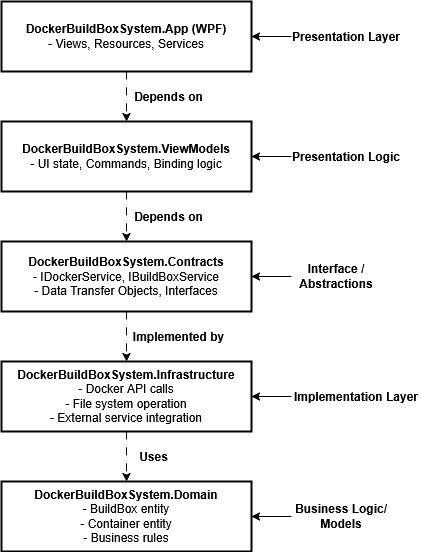
Before: docs/DockerBuildBoxDiagram.drawio.png, a diagram exported from draw.io (ReflexLevel0/DockerBuildboxSystem). Source tidied: cells renumbered, new cells last; positions are measured from the earlier drawing's top-left corner, leaving out a move shared by most shapes. The source it was exported from:
```xml
<mxGraphModel>
  <root>
    <mxCell id="0" />
    <mxCell id="1" parent="0" />
    <mxCell id="2" style="edgeStyle=orthogonalEdgeStyle;rounded=0;jettySize=auto;html=1;entryX=0.5;entryY=0;entryDx=0;entryDy=0;dashed=1;dashPattern=8 8;" parent="1" edge="1" source="3" target="7">
      <mxGeometry relative="1" as="geometry" />
    </mxCell>
    <mxCell id="3" value="&lt;div&gt;&lt;b&gt;DockerBuildBoxSystem.App (WPF)&lt;/b&gt;&lt;/div&gt;- Views, Resources, Services" style="rounded=0;whiteSpace=wrap;html=1;strokeWidth=2;" parent="1" vertex="1">
      <mxGeometry width="250" height="70" as="geometry" />
    </mxCell>
    <mxCell id="4" style="edgeStyle=orthogonalEdgeStyle;rounded=0;jettySize=auto;html=1;entryX=1;entryY=0.5;entryDx=0;entryDy=0;" parent="1" edge="1" source="5" target="3">
      <mxGeometry relative="1" as="geometry" />
    </mxCell>
    <mxCell id="5" value="Presentation Layer" style="text;html=1;align=center;verticalAlign=middle;whiteSpace=wrap;rounded=0;fontStyle=1;" parent="1" vertex="1">
      <mxGeometry x="290" y="20" width="110" height="30" as="geometry" />
    </mxCell>
    <mxCell id="6" style="edgeStyle=orthogonalEdgeStyle;rounded=0;jettySize=auto;html=1;entryX=0.5;entryY=0;entryDx=0;entryDy=0;dashed=1;dashPattern=8 8;" parent="1" edge="1" source="7" target="15">
      <mxGeometry relative="1" as="geometry" />
    </mxCell>
    <mxCell id="7" value="&lt;div&gt;&lt;b&gt;DockerBuildBoxSystem.ViewModels&lt;/b&gt;&lt;/div&gt;- UI state, Commands, Binding logic" style="rounded=0;whiteSpace=wrap;html=1;strokeWidth=2;" parent="1" vertex="1">
      <mxGeometry y="120" width="250" height="70" as="geometry" />
    </mxCell>
    <mxCell id="8" style="edgeStyle=orthogonalEdgeStyle;rounded=0;jettySize=auto;html=1;entryX=1;entryY=0.5;entryDx=0;entryDy=0;" parent="1" edge="1" source="9" target="7">
      <mxGeometry relative="1" as="geometry" />
    </mxCell>
    <mxCell id="9" value="Presentation Logic" style="text;html=1;align=center;verticalAlign=middle;whiteSpace=wrap;rounded=0;fontStyle=1;" parent="1" vertex="1">
      <mxGeometry x="290" y="140" width="110" height="30" as="geometry" />
    </mxCell>
    <mxCell id="10" style="edgeStyle=orthogonalEdgeStyle;rounded=0;jettySize=auto;html=1;entryX=0.5;entryY=0;entryDx=0;entryDy=0;dashed=1;dashPattern=8 8;" parent="1" edge="1" source="11" target="21">
      <mxGeometry relative="1" as="geometry" />
    </mxCell>
    <mxCell id="11" value="&lt;div&gt;&lt;b&gt;DockerBuildBoxSystem.Infrastructure&lt;/b&gt;&lt;/div&gt;&lt;div&gt;- Docker API calls&lt;/div&gt;&lt;div&gt;- File system operation&lt;/div&gt;&lt;div&gt;- External service integration&lt;/div&gt;" style="rounded=0;whiteSpace=wrap;html=1;strokeWidth=2;" parent="1" vertex="1">
      <mxGeometry y="360" width="250" height="70" as="geometry" />
    </mxCell>
    <mxCell id="12" style="edgeStyle=orthogonalEdgeStyle;rounded=0;jettySize=auto;html=1;entryX=1;entryY=0.5;entryDx=0;entryDy=0;" parent="1" edge="1" source="13" target="11">
      <mxGeometry relative="1" as="geometry" />
    </mxCell>
    <mxCell id="13" value="Implementation Layer" style="text;html=1;align=center;verticalAlign=middle;whiteSpace=wrap;rounded=0;fontStyle=1;" parent="1" vertex="1">
      <mxGeometry x="290" y="380" width="130" height="30" as="geometry" />
    </mxCell>
    <mxCell id="14" style="edgeStyle=orthogonalEdgeStyle;rounded=0;jettySize=auto;html=1;entryX=0.5;entryY=0;entryDx=0;entryDy=0;dashed=1;dashPattern=8 8;" parent="1" edge="1" source="15" target="11">
      <mxGeometry relative="1" as="geometry" />
    </mxCell>
    <mxCell id="15" value="&lt;div&gt;&lt;b&gt;DockerBuildBoxSystem.Contracts&lt;/b&gt;&lt;/div&gt;&lt;div&gt;- IDockerService, IBuildBoxService&lt;br&gt;- Data Transfer Objects, Interfaces&lt;/div&gt;" style="rounded=0;whiteSpace=wrap;html=1;strokeWidth=2;" parent="1" vertex="1">
      <mxGeometry y="240" width="250" height="70" as="geometry" />
    </mxCell>
    <mxCell id="16" style="edgeStyle=orthogonalEdgeStyle;rounded=0;jettySize=auto;html=1;entryX=1;entryY=0.5;entryDx=0;entryDy=0;" parent="1" edge="1" source="17" target="15">
      <mxGeometry relative="1" as="geometry" />
    </mxCell>
    <mxCell id="17" value="Interface / Abstractions" style="text;html=1;align=center;verticalAlign=middle;whiteSpace=wrap;rounded=0;fontStyle=1;" parent="1" vertex="1">
      <mxGeometry x="290" y="260" width="90" height="30" as="geometry" />
    </mxCell>
    <mxCell id="18" value="Depends on" style="text;html=1;align=center;verticalAlign=middle;whiteSpace=wrap;rounded=0;fontStyle=1;" parent="1" vertex="1">
      <mxGeometry x="125" y="80" width="85" height="30" as="geometry" />
    </mxCell>
    <mxCell id="19" value="Depends on" style="text;html=1;align=center;verticalAlign=middle;whiteSpace=wrap;rounded=0;fontStyle=1;" parent="1" vertex="1">
      <mxGeometry x="125" y="200" width="85" height="30" as="geometry" />
    </mxCell>
    <mxCell id="20" value="Implemented by" style="text;html=1;align=center;verticalAlign=middle;whiteSpace=wrap;rounded=0;fontStyle=1;" parent="1" vertex="1">
      <mxGeometry x="125" y="320" width="105" height="30" as="geometry" />
    </mxCell>
    <mxCell id="21" value="&lt;div&gt;&lt;b&gt;DockerBuildBoxSystem.Domain&lt;/b&gt;&lt;/div&gt;&lt;div&gt;- BuildBox entity&lt;br&gt;- Container entity&lt;br&gt;- Business rules&lt;/div&gt;" style="rounded=0;whiteSpace=wrap;html=1;strokeWidth=2;" parent="1" vertex="1">
      <mxGeometry y="480" width="250" height="70" as="geometry" />
    </mxCell>
    <mxCell id="22" style="edgeStyle=orthogonalEdgeStyle;rounded=0;jettySize=auto;html=1;entryX=1;entryY=0.5;entryDx=0;entryDy=0;" parent="1" edge="1" source="23" target="21">
      <mxGeometry relative="1" as="geometry" />
    </mxCell>
    <mxCell id="23" value="Business Logic/Models" style="text;html=1;align=center;verticalAlign=middle;whiteSpace=wrap;rounded=0;fontStyle=1;" parent="1" vertex="1">
      <mxGeometry x="290" y="500" width="100" height="30" as="geometry" />
    </mxCell>
    <mxCell id="24" value="Uses" style="text;html=1;align=center;verticalAlign=middle;whiteSpace=wrap;rounded=0;fontStyle=1;" parent="1" vertex="1">
      <mxGeometry x="125" y="440" width="55" height="30" as="geometry" />
    </mxCell>
  </root>
</mxGraphModel>
```
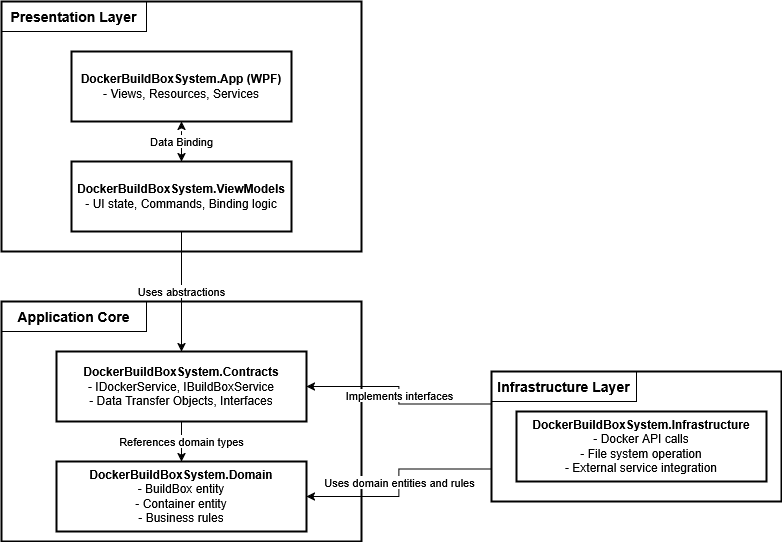
The same file after the commit.

Commit message:
fix: Architecture diagram has been updated

What changed in the source:
```diff
@@ -2,74 +2,67 @@
   <root>
     <mxCell id="0" />
     <mxCell id="1" parent="0" />
-    <mxCell id="2" style="edgeStyle=orthogonalEdgeStyle;rounded=0;jettySize=auto;html=1;entryX=0.5;entryY=0;entryDx=0;entryDy=0;dashed=1;dashPattern=8 8;" parent="1" edge="1" source="3" target="7">
-      <mxGeometry relative="1" as="geometry" />
-    </mxCell>
+    <mxCell id="25" style="edgeStyle=orthogonalEdgeStyle;rounded=0;orthogonalLoop=1;jettySize=auto;html=1;entryX=0.5;entryY=1;entryDx=0;entryDy=0;dashed=1;dashPattern=8 8;" parent="1" edge="1">
+      <mxGeometry relative="1" as="geometry">
+        <mxPoint x="550" y="585" as="targetPoint" />
+      </mxGeometry>
+    </mxCell>
+    <mxCell id="26" style="group;" parent="1" vertex="1">
+      <mxGeometry x="860" y="270" width="290" height="130" as="geometry" />
+    </mxCell>
+    <mxCell id="27" style="rounded=0;whiteSpace=wrap;html=1;strokeWidth=2;" parent="26" vertex="1">
+      <mxGeometry width="290" height="130" as="geometry" />
+    </mxCell>
+    <mxCell id="28" value="&lt;div&gt;Infrastructure Layer&lt;/div&gt;" style="text;html=1;align=center;verticalAlign=middle;whiteSpace=wrap;rounded=0;fontStyle=1;fontSize=14;fillColor=none;strokeColor=default;" parent="26" vertex="1">
+      <mxGeometry width="145" height="30" as="geometry" />
+    </mxCell>
+    <mxCell id="11" value="&lt;div&gt;&lt;b&gt;DockerBuildBoxSystem.Infrastructure&lt;/b&gt;&lt;/div&gt;&lt;div&gt;- Docker API calls&lt;/div&gt;&lt;div&gt;- File system operation&lt;/div&gt;&lt;div&gt;- External service integration&lt;/div&gt;" style="rounded=0;whiteSpace=wrap;html=1;strokeWidth=2;" parent="26" vertex="1">
+      <mxGeometry x="25" y="40" width="250" height="70" as="geometry" />
+    </mxCell>
+    <mxCell id="29" style="group;" parent="1" vertex="1">
+      <mxGeometry x="370" y="200" width="360" height="240" as="geometry" />
+    </mxCell>
+    <mxCell id="30" style="rounded=0;whiteSpace=wrap;html=1;strokeWidth=2;" parent="29" vertex="1">
+      <mxGeometry width="360" height="240" as="geometry" />
+    </mxCell>
+    <mxCell id="31" value="&lt;div&gt;Application Core&lt;/div&gt;" style="text;html=1;align=center;verticalAlign=middle;whiteSpace=wrap;rounded=0;fontStyle=1;fontSize=14;strokeColor=default;" parent="29" vertex="1">
+      <mxGeometry width="145" height="30" as="geometry" />
+    </mxCell>
+    <mxCell id="32" value="References domain types" style="edgeStyle=orthogonalEdgeStyle;rounded=0;jettySize=auto;html=1;entryX=0.5;entryY=0;entryDx=0;entryDy=0;" parent="29" edge="1" source="15" target="21">
+      <mxGeometry relative="1" as="geometry" />
+    </mxCell>
+    <mxCell id="15" value="&lt;div&gt;&lt;b&gt;DockerBuildBoxSystem.Contracts&lt;/b&gt;&lt;/div&gt;&lt;div&gt;- IDockerService, IBuildBoxService&lt;br&gt;- Data Transfer Objects, Interfaces&lt;/div&gt;" style="rounded=0;whiteSpace=wrap;html=1;strokeWidth=2;" parent="29" vertex="1">
+      <mxGeometry x="55" y="50" width="250" height="70" as="geometry" />
+    </mxCell>
+    <mxCell id="21" value="&lt;div&gt;&lt;b&gt;DockerBuildBoxSystem.Domain&lt;/b&gt;&lt;/div&gt;&lt;div&gt;- BuildBox entity&lt;br&gt;- Container entity&lt;br&gt;- Business rules&lt;/div&gt;" style="rounded=0;whiteSpace=wrap;html=1;strokeWidth=2;" parent="29" vertex="1">
+      <mxGeometry x="55" y="160" width="250" height="70" as="geometry" />
+    </mxCell>
+    <mxCell id="33" style="group;" parent="1" vertex="1">
+      <mxGeometry x="370" y="-100" width="360" height="250" as="geometry" />
+    </mxCell>
+    <mxCell id="34" style="rounded=0;whiteSpace=wrap;html=1;strokeWidth=2;" parent="33" vertex="1">
+      <mxGeometry width="360" height="250" as="geometry" />
+    </mxCell>
-    <mxCell id="3" value="&lt;div&gt;&lt;b&gt;DockerBuildBoxSystem.App (WPF)&lt;/b&gt;&lt;/div&gt;- Views, Resources, Services" style="rounded=0;whiteSpace=wrap;html=1;strokeWidth=2;" parent="1" vertex="1">
-      <mxGeometry width="250" height="70" as="geometry" />
+    <mxCell id="3" value="&lt;div&gt;&lt;b&gt;DockerBuildBoxSystem.App (WPF)&lt;/b&gt;&lt;/div&gt;- Views, Resources, Services" style="rounded=0;whiteSpace=wrap;html=1;strokeWidth=2;" parent="33" vertex="1">
+      <mxGeometry x="70" y="50" width="220" height="70" as="geometry" />
     </mxCell>
-    <mxCell id="4" style="edgeStyle=orthogonalEdgeStyle;rounded=0;jettySize=auto;html=1;entryX=1;entryY=0.5;entryDx=0;entryDy=0;" parent="1" edge="1" source="5" target="3">
-      <mxGeometry relative="1" as="geometry" />
-    </mxCell>
+    <mxCell id="35" value="Data Binding" style="edgeStyle=orthogonalEdgeStyle;rounded=0;jettySize=auto;html=1;entryX=0.5;entryY=1;entryDx=0;entryDy=0;startArrow=classic;startFill=1;dashed=1;dashPattern=8 8;" parent="33" edge="1" source="7" target="3">
+      <mxGeometry relative="1" as="geometry" />
+    </mxCell>
+    <mxCell id="7" value="&lt;div&gt;&lt;b&gt;DockerBuildBoxSystem.ViewModels&lt;/b&gt;&lt;/div&gt;- UI state, Commands, Binding logic" style="rounded=0;whiteSpace=wrap;html=1;strokeWidth=2;" parent="33" vertex="1">
+      <mxGeometry x="70" y="160" width="220" height="70" as="geometry" />
+    </mxCell>
-    <mxCell id="5" value="Presentation Layer" style="text;html=1;align=center;verticalAlign=middle;whiteSpace=wrap;rounded=0;fontStyle=1;" parent="1" vertex="1">
-      <mxGeometry x="290" y="20" width="110" height="30" as="geometry" />
+    <mxCell id="5" value="&lt;font style=&quot;font-size: 14px;&quot;&gt;Presentation Layer&lt;/font&gt;" style="text;html=1;align=center;verticalAlign=middle;whiteSpace=wrap;rounded=0;fontStyle=1;strokeColor=default;" parent="33" vertex="1">
+      <mxGeometry width="145" height="30" as="geometry" />
     </mxCell>
-    <mxCell id="6" style="edgeStyle=orthogonalEdgeStyle;rounded=0;jettySize=auto;html=1;entryX=0.5;entryY=0;entryDx=0;entryDy=0;dashed=1;dashPattern=8 8;" parent="1" edge="1" source="7" target="15">
+    <mxCell id="6" value="Uses abstractions" style="edgeStyle=orthogonalEdgeStyle;rounded=0;jettySize=auto;html=1;entryX=0.5;entryY=0;entryDx=0;entryDy=0;" parent="1" edge="1" source="7" target="15">
       <mxGeometry relative="1" as="geometry" />
     </mxCell>
-    <mxCell id="7" value="&lt;div&gt;&lt;b&gt;DockerBuildBoxSystem.ViewModels&lt;/b&gt;&lt;/div&gt;- UI state, Commands, Binding logic" style="rounded=0;whiteSpace=wrap;html=1;strokeWidth=2;" parent="1" vertex="1">
-      <mxGeometry y="120" width="250" height="70" as="geometry" />
-    </mxCell>
-    <mxCell id="8" style="edgeStyle=orthogonalEdgeStyle;rounded=0;jettySize=auto;html=1;entryX=1;entryY=0.5;entryDx=0;entryDy=0;" parent="1" edge="1" source="9" target="7">
-      <mxGeometry relative="1" as="geometry" />
-    </mxCell>
-    <mxCell id="9" value="Presentation Logic" style="text;html=1;align=center;verticalAlign=middle;whiteSpace=wrap;rounded=0;fontStyle=1;" parent="1" vertex="1">
-      <mxGeometry x="290" y="140" width="110" height="30" as="geometry" />
-    </mxCell>
-    <mxCell id="10" style="edgeStyle=orthogonalEdgeStyle;rounded=0;jettySize=auto;html=1;entryX=0.5;entryY=0;entryDx=0;entryDy=0;dashed=1;dashPattern=8 8;" parent="1" edge="1" source="11" target="21">
-      <mxGeometry relative="1" as="geometry" />
-    </mxCell>
-    <mxCell id="11" value="&lt;div&gt;&lt;b&gt;DockerBuildBoxSystem.Infrastructure&lt;/b&gt;&lt;/div&gt;&lt;div&gt;- Docker API calls&lt;/div&gt;&lt;div&gt;- File system operation&lt;/div&gt;&lt;div&gt;- External service integration&lt;/div&gt;" style="rounded=0;whiteSpace=wrap;html=1;strokeWidth=2;" parent="1" vertex="1">
-      <mxGeometry y="360" width="250" height="70" as="geometry" />
-    </mxCell>
-    <mxCell id="12" style="edgeStyle=orthogonalEdgeStyle;rounded=0;jettySize=auto;html=1;entryX=1;entryY=0.5;entryDx=0;entryDy=0;" parent="1" edge="1" source="13" target="11">
-      <mxGeometry relative="1" as="geometry" />
-    </mxCell>
-    <mxCell id="13" value="Implementation Layer" style="text;html=1;align=center;verticalAlign=middle;whiteSpace=wrap;rounded=0;fontStyle=1;" parent="1" vertex="1">
-      <mxGeometry x="290" y="380" width="130" height="30" as="geometry" />
-    </mxCell>
-    <mxCell id="14" style="edgeStyle=orthogonalEdgeStyle;rounded=0;jettySize=auto;html=1;entryX=0.5;entryY=0;entryDx=0;entryDy=0;dashed=1;dashPattern=8 8;" parent="1" edge="1" source="15" target="11">
-      <mxGeometry relative="1" as="geometry" />
-    </mxCell>
-    <mxCell id="15" value="&lt;div&gt;&lt;b&gt;DockerBuildBoxSystem.Contracts&lt;/b&gt;&lt;/div&gt;&lt;div&gt;- IDockerService, IBuildBoxService&lt;br&gt;- Data Transfer Objects, Interfaces&lt;/div&gt;" style="rounded=0;whiteSpace=wrap;html=1;strokeWidth=2;" parent="1" vertex="1">
-      <mxGeometry y="240" width="250" height="70" as="geometry" />
-    </mxCell>
-    <mxCell id="16" style="edgeStyle=orthogonalEdgeStyle;rounded=0;jettySize=auto;html=1;entryX=1;entryY=0.5;entryDx=0;entryDy=0;" parent="1" edge="1" source="17" target="15">
-      <mxGeometry relative="1" as="geometry" />
-    </mxCell>
-    <mxCell id="17" value="Interface / Abstractions" style="text;html=1;align=center;verticalAlign=middle;whiteSpace=wrap;rounded=0;fontStyle=1;" parent="1" vertex="1">
-      <mxGeometry x="290" y="260" width="90" height="30" as="geometry" />
-    </mxCell>
-    <mxCell id="18" value="Depends on" style="text;html=1;align=center;verticalAlign=middle;whiteSpace=wrap;rounded=0;fontStyle=1;" parent="1" vertex="1">
-      <mxGeometry x="125" y="80" width="85" height="30" as="geometry" />
-    </mxCell>
-    <mxCell id="19" value="Depends on" style="text;html=1;align=center;verticalAlign=middle;whiteSpace=wrap;rounded=0;fontStyle=1;" parent="1" vertex="1">
-      <mxGeometry x="125" y="200" width="85" height="30" as="geometry" />
-    </mxCell>
-    <mxCell id="20" value="Implemented by" style="text;html=1;align=center;verticalAlign=middle;whiteSpace=wrap;rounded=0;fontStyle=1;" parent="1" vertex="1">
-      <mxGeometry x="125" y="320" width="105" height="30" as="geometry" />
-    </mxCell>
-    <mxCell id="21" value="&lt;div&gt;&lt;b&gt;DockerBuildBoxSystem.Domain&lt;/b&gt;&lt;/div&gt;&lt;div&gt;- BuildBox entity&lt;br&gt;- Container entity&lt;br&gt;- Business rules&lt;/div&gt;" style="rounded=0;whiteSpace=wrap;html=1;strokeWidth=2;" parent="1" vertex="1">
-      <mxGeometry y="480" width="250" height="70" as="geometry" />
-    </mxCell>
-    <mxCell id="22" style="edgeStyle=orthogonalEdgeStyle;rounded=0;jettySize=auto;html=1;entryX=1;entryY=0.5;entryDx=0;entryDy=0;" parent="1" edge="1" source="23" target="21">
-      <mxGeometry relative="1" as="geometry" />
-    </mxCell>
-    <mxCell id="23" value="Business Logic/Models" style="text;html=1;align=center;verticalAlign=middle;whiteSpace=wrap;rounded=0;fontStyle=1;" parent="1" vertex="1">
-      <mxGeometry x="290" y="500" width="100" height="30" as="geometry" />
-    </mxCell>
-    <mxCell id="24" value="Uses" style="text;html=1;align=center;verticalAlign=middle;whiteSpace=wrap;rounded=0;fontStyle=1;" parent="1" vertex="1">
-      <mxGeometry x="125" y="440" width="55" height="30" as="geometry" />
-    </mxCell>
+    <mxCell id="36" value="Implements interfaces" style="edgeStyle=orthogonalEdgeStyle;rounded=0;jettySize=auto;html=1;entryX=1;entryY=0.5;entryDx=0;entryDy=0;exitX=0;exitY=0.25;exitDx=0;exitDy=0;" parent="1" edge="1" source="27" target="15">
+      <mxGeometry relative="1" as="geometry" />
+    </mxCell>
+    <mxCell id="37" value="Uses domain entities and rules" style="edgeStyle=orthogonalEdgeStyle;rounded=0;jettySize=auto;html=1;exitX=0;exitY=0.75;exitDx=0;exitDy=0;entryX=1;entryY=0.5;entryDx=0;entryDy=0;" parent="1" edge="1" source="27" target="21">
+      <mxGeometry relative="1" as="geometry" />
+    </mxCell>
   </root>
 </mxGraphModel>
```
